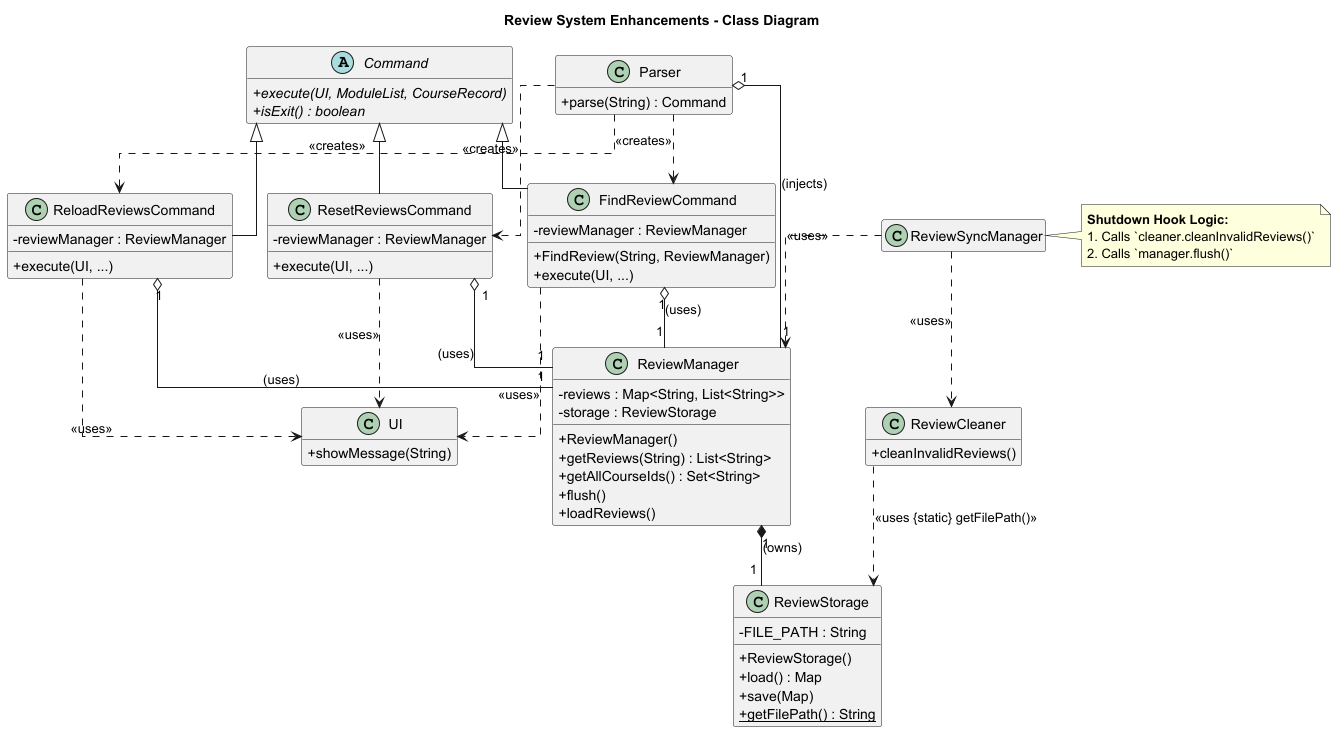
Earlier version of the PlantUML export docs/diagrams/ReviewManagementClass.png (AY2526S1-CS2113-T10-3/tp).
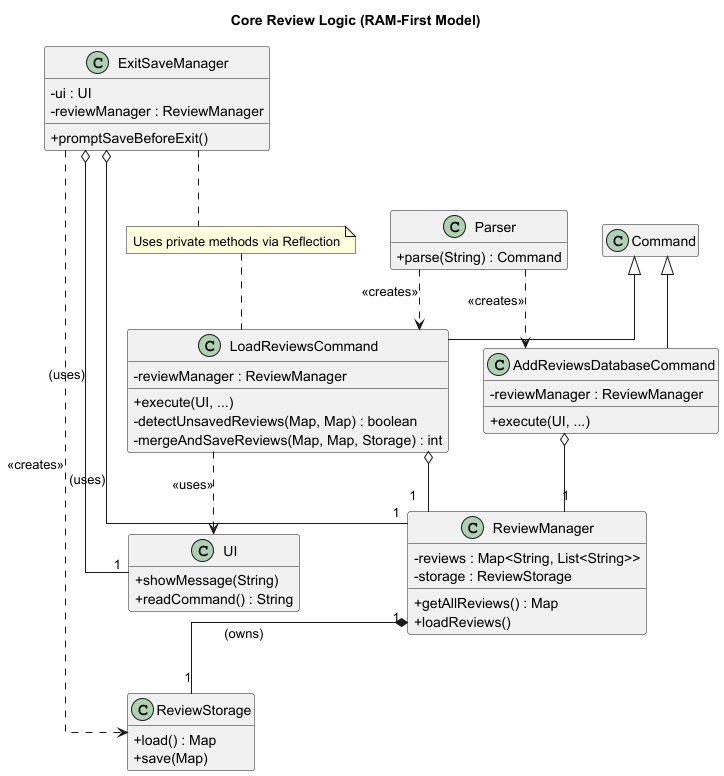
Above is the later version.

Diff of the diagram source:
```diff
@@ -1,50 +1,36 @@
 @startuml
-title Review System Enhancements - Class Diagram
+title Core Review Logic (RAM-First Model)
 
 skinparam classAttributeIconSize 0
 skinparam linetype ortho
 hide empty members
 
-abstract class Command {
-    {abstract} + execute(UI, ModuleList, CourseRecord)
-    {abstract} + isExit() : boolean
+class LoadReviewsCommand extends Command {
+    - reviewManager : ReviewManager
+    + execute(UI, ...)
+    - detectUnsavedReviews(Map, Map) : boolean
+    - mergeAndSaveReviews(Map, Map, Storage) : int
 }
-
-class FindReviewCommand extends Command {
-    - reviewManager : ReviewManager
-    + FindReview(String, ReviewManager)
-    + execute(UI, ...)
-}
-class ReloadReviewsCommand extends Command {
+class AddReviewsDatabaseCommand extends Command {
     - reviewManager : ReviewManager
     + execute(UI, ...)
 }
-class ResetReviewsCommand extends Command {
+
+class ExitSaveManager {
+    - ui : UI
     - reviewManager : ReviewManager
-    + execute(UI, ...)
+    + promptSaveBeforeExit()
 }
 
 class ReviewManager {
     - reviews : Map<String, List<String>>
     - storage : ReviewStorage
-    + ReviewManager()
-    + getReviews(String) : List<String>
-    + getAllCourseIds() : Set<String>
-    + flush()
+    + getAllReviews() : Map
     + loadReviews()
 }
 class ReviewStorage {
-    - FILE_PATH : String
-    + ReviewStorage()
     + load() : Map
     + save(Map)
-    + {static} getFilePath() : String
-}
-
-class ReviewCleaner {
-    + cleanInvalidReviews()
-}
-class ReviewSyncManager {
 }
 
 class Parser {
@@ -52,32 +38,24 @@
 }
 class UI {
     + showMessage(String)
+    + readCommand() : String
 }
 
+Parser ..> LoadReviewsCommand : <<creates>>
+Parser ..> AddReviewsDatabaseCommand : <<creates>>
 
-Parser ..> FindReviewCommand : <<creates>>
-Parser ..> ReloadReviewsCommand : <<creates>>
-Parser ..> ResetReviewsCommand : <<creates>>
-Parser "1" o-- "1" ReviewManager : (injects)
-
-FindReviewCommand "1" o-- "1" ReviewManager : (uses)
-ReloadReviewsCommand "1" o-- "1" ReviewManager : (uses)
-ResetReviewsCommand "1" o-- "1" ReviewManager : (uses)
-
-FindReviewCommand ..> UI : <<uses>>
-ReloadReviewsCommand ..> UI : <<uses>>
-ResetReviewsCommand ..> UI : <<uses>>
+LoadReviewsCommand o-- "1" ReviewManager
+AddReviewsDatabaseCommand o-- "1" ReviewManager
+LoadReviewsCommand ..> UI : <<uses>>
 
 ReviewManager "1" *-- "1" ReviewStorage : (owns)
 
-ReviewCleaner ..> ReviewStorage : <<uses {static} getFilePath()>>
-ReviewSyncManager ..> ReviewCleaner : <<uses>>
-ReviewSyncManager ..> ReviewManager : <<uses>>
+ExitSaveManager o-- "1" ReviewManager : (uses)
+ExitSaveManager o-- "1" UI : (uses)
+ExitSaveManager ..> ReviewStorage : <<creates>>
 
-note right of ReviewSyncManager
-  **Shutdown Hook Logic:**
-  1. Calls `cleaner.cleanInvalidReviews()`
-  2. Calls `manager.flush()`
-end note
+note "Uses private methods via Reflection" as N1
+ExitSaveManager .. N1
+N1 .. LoadReviewsCommand
 
 @enduml
```
